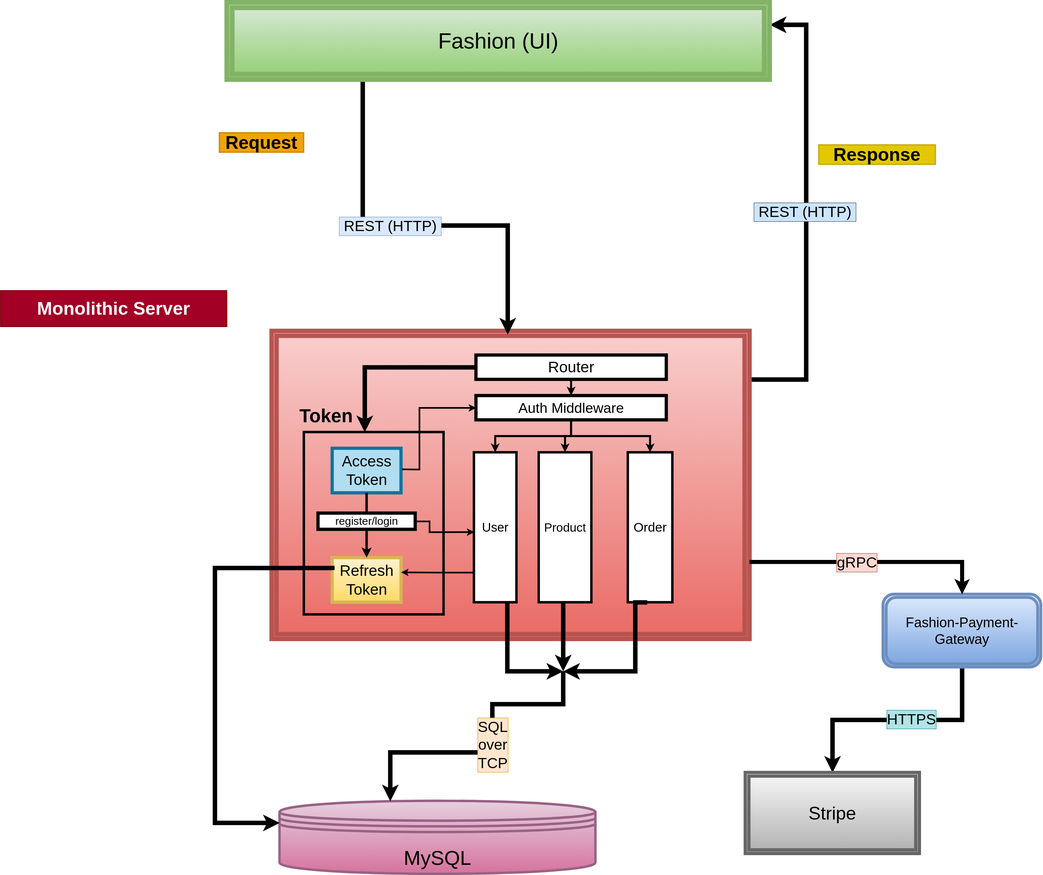
Above: docs/Fashion Store-System Architecture V1.0.drawio.svg in Wahab-Al/Fashion-API (draw.io), before the change. Source tidied: cells renumbered, new cells last; positions are measured from the earlier drawing's top-left corner, leaving out a move shared by most shapes.
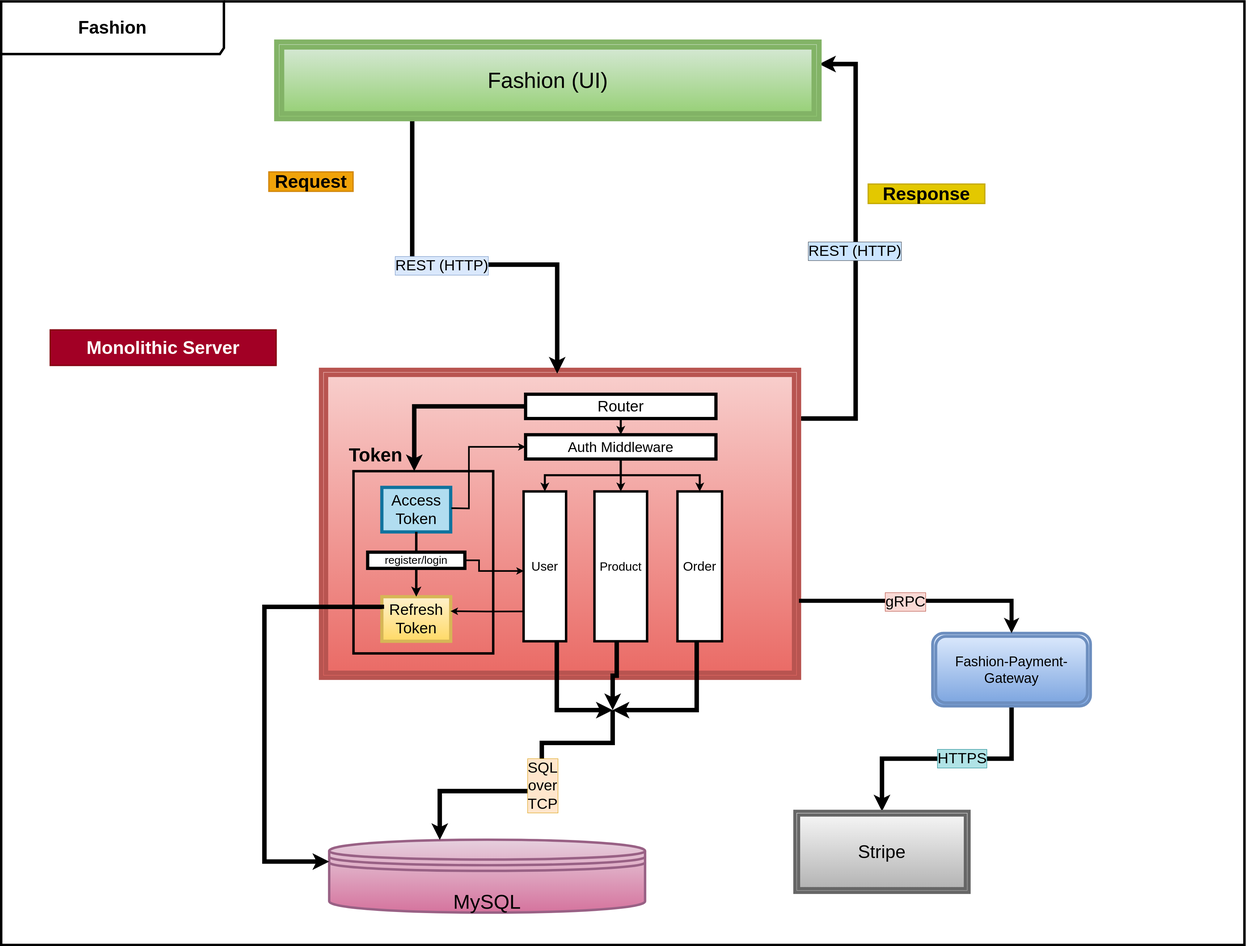
After the commit.

Change to the diagram source:
```diff
@@ -1,4 +1,4 @@
-<mxGraphModel>
+<mxGraphModel background="light-dark(#ffffff, #000000)">
   <root>
     <mxCell id="0" />
     <mxCell id="1" parent="0" />
@@ -69,13 +69,13 @@
       <mxGeometry relative="1" as="geometry">
         <mxPoint x="1390" y="1650" as="targetPoint" />
         <Array as="points">
-          <mxPoint x="1390" y="1630" />
-          <mxPoint x="1390" y="1630" />
+          <mxPoint x="1400" y="1565" />
+          <mxPoint x="1390" y="1565" />
         </Array>
       </mxGeometry>
     </mxCell>
     <mxCell id="17" value="&lt;font style=&quot;font-size: 30px;&quot;&gt;Product&lt;/font&gt;" style="rounded=0;whiteSpace=wrap;html=1;strokeWidth=6;" parent="1" vertex="1">
-      <mxGeometry x="1330" y="1110" width="130" height="370" as="geometry" />
+      <mxGeometry x="1345" y="1110" width="130" height="370" as="geometry" />
     </mxCell>
     <mxCell id="18" value="&lt;font style=&quot;font-size: 32px;&quot;&gt;Order&lt;/font&gt;" style="rounded=0;whiteSpace=wrap;html=1;strokeWidth=6;" parent="1" vertex="1">
       <mxGeometry x="1550" y="1110" width="110" height="370" as="geometry" />
@@ -122,9 +122,8 @@
         <mxPoint x="1597.5" y="1480" as="sourcePoint" />
         <mxPoint x="1390" y="1650" as="targetPoint" />
         <Array as="points">
-          <mxPoint x="1568" y="1490" />
-          <mxPoint x="1568" y="1490" />
-          <mxPoint x="1568" y="1650" />
+          <mxPoint x="1598" y="1480" />
+          <mxPoint x="1598" y="1650" />
         </Array>
       </mxGeometry>
     </mxCell>
@@ -191,5 +190,8 @@
     <mxCell id="42" value="&lt;font style=&quot;color: light-dark(rgb(0, 0, 0), rgb(0, 0, 0)); font-size: 46px;&quot;&gt;&lt;b style=&quot;&quot;&gt;Token&lt;/b&gt;&lt;/font&gt;" style="text;html=1;whiteSpace=wrap;strokeColor=none;fillColor=none;align=center;verticalAlign=middle;rounded=0;fontColor=light-dark(#000000,#33FFFF);fontSize=21;" parent="1" vertex="1">
       <mxGeometry x="720" y="980" width="170" height="80" as="geometry" />
     </mxCell>
+    <mxCell id="43" value="&lt;font style=&quot;font-size: 44px;&quot;&gt;&lt;b&gt;Fashion&lt;/b&gt;&lt;/font&gt;" style="shape=umlFrame;whiteSpace=wrap;html=1;width=550;strokeWidth=6;height=130;strokeColor=light-dark(#000000,#78FF1E);" parent="1" vertex="1">
+      <mxGeometry x="-120" y="-100" width="3070" height="2330" as="geometry" />
+    </mxCell>
   </root>
 </mxGraphModel>
```
